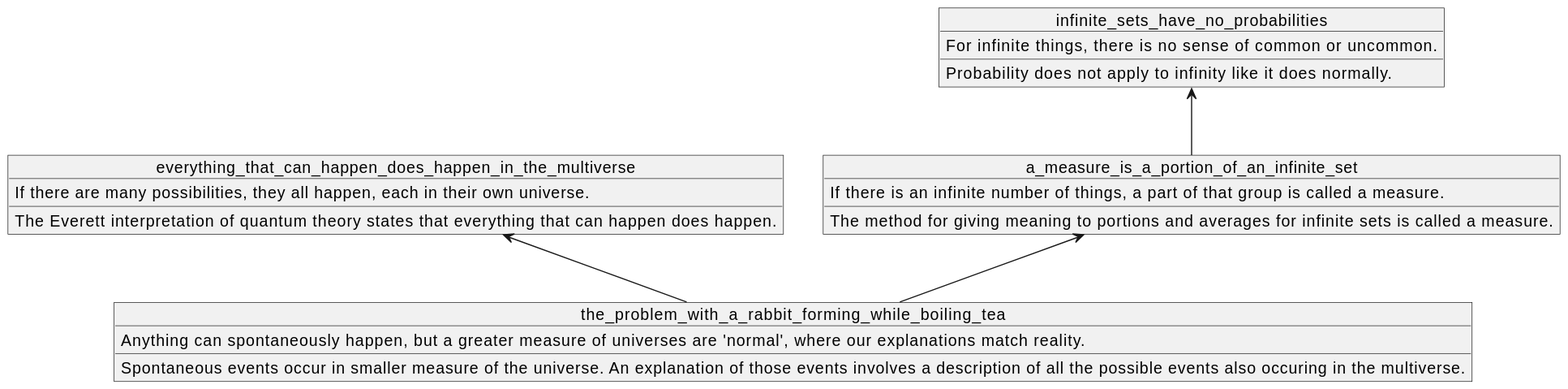
This is docs/assets/images_quick_boi/bolq_diagram_the_problem_with_a_rabbit_forming_while_boiling_tea/bolq_diagram_the_problem_with_a_rabbit_forming_while_boiling_tea.svg from ceramic-sf/ceramic-sf.github.io, a PlantUML export, as it was before one commit. The source it was exported from:
```plantuml
@startuml bolq_diagram_the_problem_with_a_rabbit_forming_while_boiling_tea

object the_problem_with_a_rabbit_forming_while_boiling_tea {
Anything can spontaneously happen, but a greater measure of universes are 'normal', where our explanations match reality.
____
Spontaneous events occur in smaller measure of the universe. An explanation of those events involves a description of all the possible events also occuring in the multiverse.
}
everything_that_can_happen_does_happen_in_the_multiverse <-- the_problem_with_a_rabbit_forming_while_boiling_tea
a_measure_is_a_portion_of_an_infinite_set <-- the_problem_with_a_rabbit_forming_while_boiling_tea

object everything_that_can_happen_does_happen_in_the_multiverse {
If there are many possibilities, they all happen, each in their own universe.
____
The Everett interpretation of quantum theory states that everything that can happen does happen.
}

object a_measure_is_a_portion_of_an_infinite_set {
If there is an infinite number of things, a part of that group is called a measure.
____
The method for giving meaning to portions and averages for infinite sets is called a measure.
}
infinite_sets_have_no_probabilities <-- a_measure_is_a_portion_of_an_infinite_set

object infinite_sets_have_no_probabilities {
For infinite things, there is no sense of common or uncommon.
____
Probability does not apply to infinity like it does normally.
}
@enduml
```
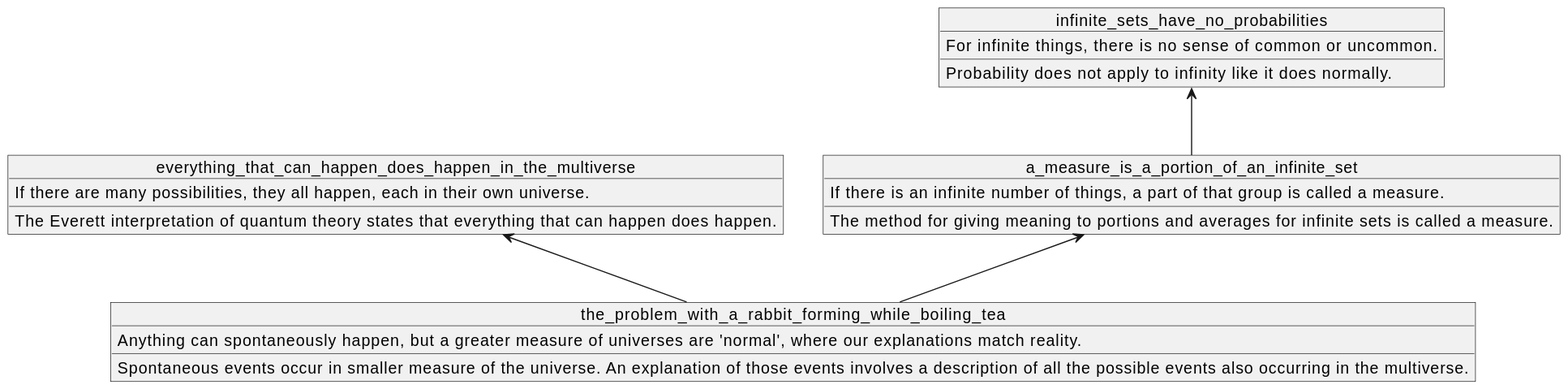
The same file after the commit.

Diff of the diagram source:
```diff
@@ -3,7 +3,7 @@
 object the_problem_with_a_rabbit_forming_while_boiling_tea {
 Anything can spontaneously happen, but a greater measure of universes are 'normal', where our explanations match reality.
 ____
-Spontaneous events occur in smaller measure of the universe. An explanation of those events involves a description of all the possible events also occuring in the multiverse.
+Spontaneous events occur in smaller measure of the universe. An explanation of those events involves a description of all the possible events also occurring in the multiverse.
 }
 everything_that_can_happen_does_happen_in_the_multiverse <-- the_problem_with_a_rabbit_forming_while_boiling_tea
 a_measure_is_a_portion_of_an_infinite_set <-- the_problem_with_a_rabbit_forming_while_boiling_tea
```
